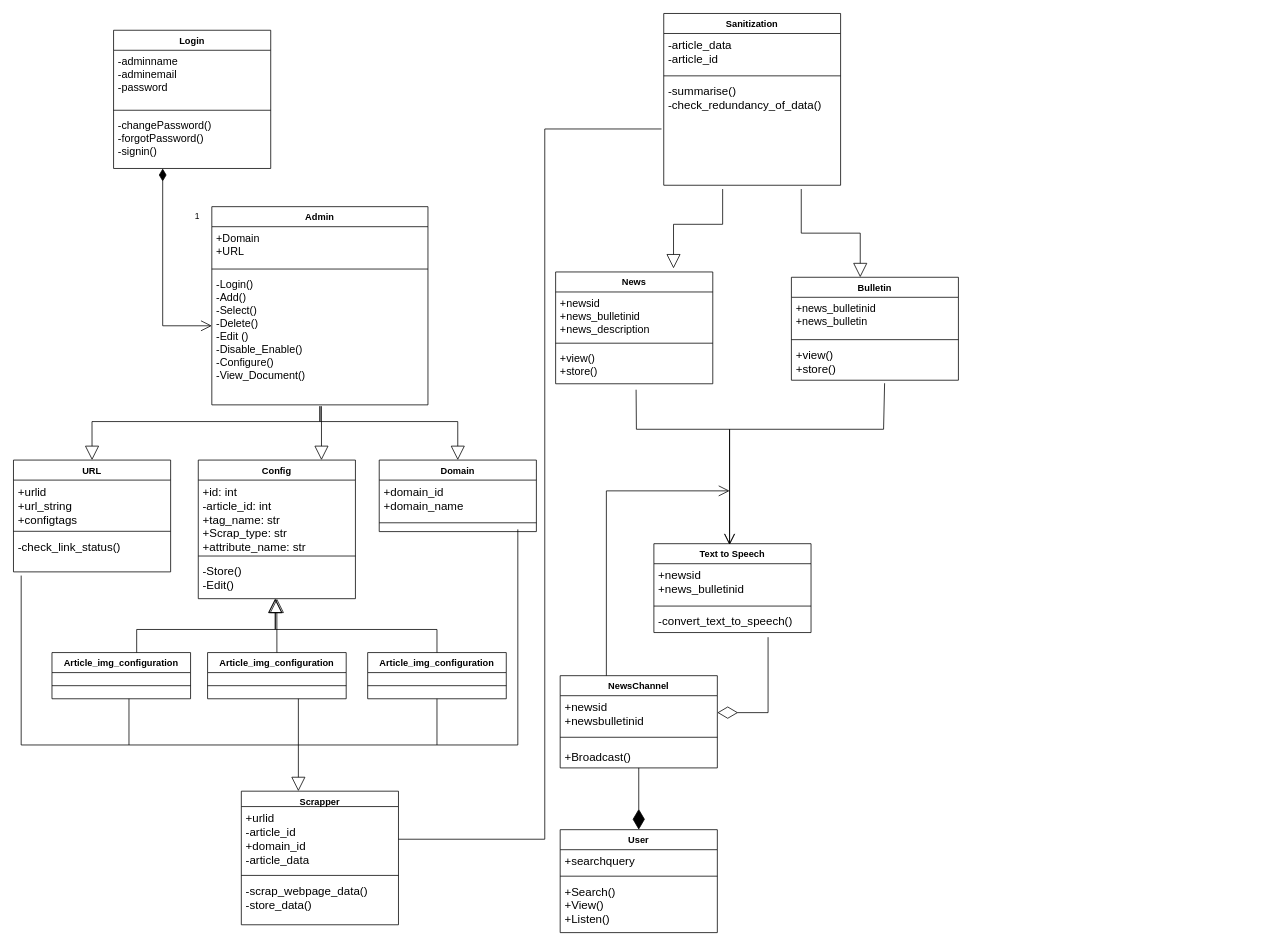
Above: page "Page-1" (1 of 2) of Documents/Diagrams/class diagram .drawio in yusrraa/AutomatedNewsAgency (draw.io), before the change. Source tidied: cells renumbered, new cells numbered last; positions are measured from the earlier drawing's top-left corner, leaving out a move shared by most shapes. Both pictures are drawn from the tidied source at 77%, with x=0, y=0 at pixel (13, 13).
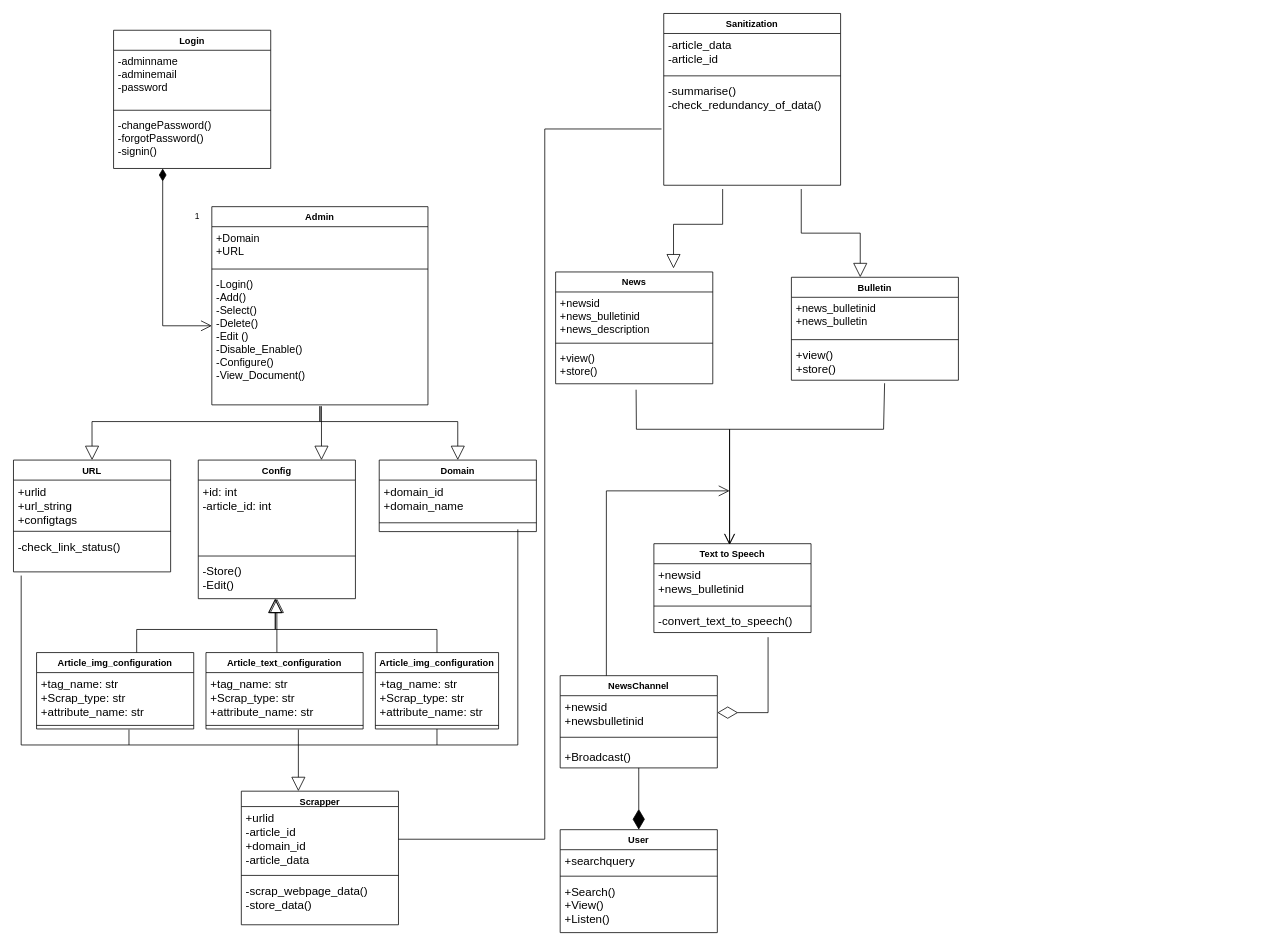
The same diagram, later.

The change refers to these unchanged cells:
```xml
<mxCell id="2" style="group;" parent="1" vertex="1">
  <mxGeometry x="130" width="1480" height="1193.7" as="geometry" />
</mxCell>
<mxCell id="57" value="Config" style="swimlane;fontStyle=1;align=center;verticalAlign=top;horizontal=1;startSize=26;" parent="2" vertex="1">
  <mxGeometry x="110" y="580" width="204.1" height="180" as="geometry" />
</mxCell>
<mxCell id="60" value="-Store()&#10;-Edit()" style="text;strokeColor=none;fillColor=none;align=left;verticalAlign=top;spacingLeft=4;spacingRight=4;overflow=hidden;points=[[0,0.5],[1,0.5]];portConstraint=eastwest;fontSize=15;" parent="57" vertex="1">
  <mxGeometry y="129.2" width="204.1" height="50.8" as="geometry" />
</mxCell>
```

Change to the diagram source:
```diff
@@
-    <mxCell id="58" value="+id: int&#10;-article_id: int&#10;+tag_name: str&#10;+Scrap_type: str&#10;+attribute_name: str" style="text;strokeColor=none;fillColor=none;align=left;verticalAlign=top;spacingLeft=4;spacingRight=4;overflow=hidden;fontSize=15;" parent="57" vertex="1">
+    <mxCell id="58" value="+id: int&#10;-article_id: int&#10;" style="text;strokeColor=none;fillColor=none;align=left;verticalAlign=top;spacingLeft=4;spacingRight=4;overflow=hidden;fontSize=15;" parent="57" vertex="1">
       <mxGeometry y="26" width="204.1" height="94" as="geometry" />
     </mxCell>
@@
-    <mxCell id="62" value="Article_img_configuration" style="swimlane;fontStyle=1;align=center;verticalAlign=top;horizontal=1;startSize=26;" parent="2" vertex="1">
-      <mxGeometry x="-80" y="830" width="180" height="60" as="geometry" />
-    </mxCell>
-    <mxCell id="63" style="line;strokeWidth=1;fillColor=none;align=left;verticalAlign=middle;spacingTop=-1;spacingLeft=3;spacingRight=3;labelPosition=right;" parent="62" vertex="1">
-      <mxGeometry y="26" width="180" height="34" as="geometry" />
-    </mxCell>
-    <mxCell id="64" value="Article_img_configuration" style="swimlane;fontStyle=1;align=center;verticalAlign=top;horizontal=1;startSize=26;" parent="2" vertex="1">
-      <mxGeometry x="330" y="830" width="180" height="60" as="geometry" />
-    </mxCell>
-    <mxCell id="65" style="line;strokeWidth=1;fillColor=none;align=left;verticalAlign=middle;spacingTop=-1;spacingLeft=3;spacingRight=3;labelPosition=right;" parent="64" vertex="1">
-      <mxGeometry y="26" width="180" height="34" as="geometry" />
-    </mxCell>
-    <mxCell id="66" value="Article_img_configuration" style="swimlane;fontStyle=1;align=center;verticalAlign=top;horizontal=1;startSize=26;" parent="2" vertex="1">
-      <mxGeometry x="122.1" y="830" width="180" height="60" as="geometry" />
-    </mxCell>
-    <mxCell id="67" style="line;strokeWidth=1;fillColor=none;align=left;verticalAlign=middle;spacingTop=-1;spacingLeft=3;spacingRight=3;labelPosition=right;" parent="66" vertex="1">
-      <mxGeometry y="26" width="180" height="34" as="geometry" />
-    </mxCell>
-    <mxCell id="68" style="endArrow=block;endSize=16;endFill=0;html=1;rounded=0;exitX=0.5;exitY=0;exitDx=0;exitDy=0;" parent="2" edge="1" source="66" target="60">
-      <mxGeometry x="0.26" y="-16" relative="1" as="geometry" />
+    <mxCell id="68" style="endArrow=block;endSize=16;endFill=0;html=1;rounded=0;exitX=0.5;exitY=0;exitDx=0;exitDy=0;" parent="2" edge="1" target="60">
+      <mxGeometry x="0.26" y="-16" relative="1" as="geometry">
+        <mxPoint x="212.1" y="830" as="sourcePoint" />
+      </mxGeometry>
     </mxCell>
     <mxCell id="69" style="endArrow=block;endSize=16;endFill=0;html=1;rounded=0;" parent="2" edge="1">
       <mxGeometry x="0.26" y="-16" relative="1" as="geometry">
-        <mxPoint x="240" y="890" as="sourcePoint" />
+        <mxPoint x="240" y="930" as="sourcePoint" />
         <mxPoint x="240" y="1010" as="targetPoint" />
       </mxGeometry>
     </mxCell>
     <mxCell id="70" style="endArrow=none;html=1;rounded=0;fontSize=15;" parent="2" edge="1">
       <mxGeometry relative="1" as="geometry">
         <mxPoint x="240" y="950" as="sourcePoint" />
-        <mxPoint x="20" y="890" as="targetPoint" />
+        <mxPoint x="20" y="930" as="targetPoint" />
         <Array as="points">
           <mxPoint x="20" y="950" />
         </Array>
       </mxGeometry>
     </mxCell>
-    <mxCell id="71" style="endArrow=none;html=1;rounded=0;fontSize=15;" parent="2" edge="1">
+    <mxCell id="71" style="endArrow=none;html=1;rounded=0;fontSize=15;entryX=0.5;entryY=1;entryDx=0;entryDy=0;" parent="2" edge="1" target="83">
       <mxGeometry relative="1" as="geometry">
         <mxPoint x="240" y="950" as="sourcePoint" />
-        <mxPoint x="420" y="890" as="targetPoint" />
         <Array as="points">
           <mxPoint x="420" y="950" />
         </Array>
       </mxGeometry>
     </mxCell>
@@
+    <mxCell id="77" value="Article_img_configuration" style="swimlane;fontStyle=1;align=center;verticalAlign=top;horizontal=1;startSize=26;" parent="2" vertex="1">
+      <mxGeometry x="-100" y="830" width="204.1" height="99.2" as="geometry" />
+    </mxCell>
+    <mxCell id="78" value="+tag_name: str&#10;+Scrap_type: str&#10;+attribute_name: str" style="text;strokeColor=none;fillColor=none;align=left;verticalAlign=top;spacingLeft=4;spacingRight=4;overflow=hidden;fontSize=15;" parent="77" vertex="1">
+      <mxGeometry y="26" width="204.1" height="64" as="geometry" />
+    </mxCell>
+    <mxCell id="79" style="line;strokeWidth=1;fillColor=none;align=left;verticalAlign=middle;spacingTop=-1;spacingLeft=3;spacingRight=3;labelPosition=right;" parent="77" vertex="1">
+      <mxGeometry y="90" width="204.1" height="9.2" as="geometry" />
+    </mxCell>
+    <mxCell id="80" value="Article_text_configuration" style="swimlane;fontStyle=1;align=center;verticalAlign=top;horizontal=1;startSize=26;" parent="2" vertex="1">
+      <mxGeometry x="120" y="830" width="204.1" height="99.2" as="geometry" />
+    </mxCell>
+    <mxCell id="81" value="+tag_name: str&#10;+Scrap_type: str&#10;+attribute_name: str" style="text;strokeColor=none;fillColor=none;align=left;verticalAlign=top;spacingLeft=4;spacingRight=4;overflow=hidden;fontSize=15;" parent="80" vertex="1">
+      <mxGeometry y="26" width="204.1" height="64" as="geometry" />
+    </mxCell>
+    <mxCell id="82" style="line;strokeWidth=1;fillColor=none;align=left;verticalAlign=middle;spacingTop=-1;spacingLeft=3;spacingRight=3;labelPosition=right;" parent="80" vertex="1">
+      <mxGeometry y="90" width="204.1" height="9.2" as="geometry" />
+    </mxCell>
+    <mxCell id="83" value="Article_img_configuration" style="swimlane;fontStyle=1;align=center;verticalAlign=top;horizontal=1;startSize=26;" parent="2" vertex="1">
+      <mxGeometry x="340" y="830" width="160" height="99.2" as="geometry" />
+    </mxCell>
+    <mxCell id="84" value="+tag_name: str&#10;+Scrap_type: str&#10;+attribute_name: str" style="text;strokeColor=none;fillColor=none;align=left;verticalAlign=top;spacingLeft=4;spacingRight=4;overflow=hidden;fontSize=15;" parent="83" vertex="1">
+      <mxGeometry y="26" width="160" height="64" as="geometry" />
+    </mxCell>
+    <mxCell id="85" style="line;strokeWidth=1;fillColor=none;align=left;verticalAlign=middle;spacingTop=-1;spacingLeft=3;spacingRight=3;labelPosition=right;" parent="83" vertex="1">
+      <mxGeometry y="90" width="160" height="9.2" as="geometry" />
+    </mxCell>
```
